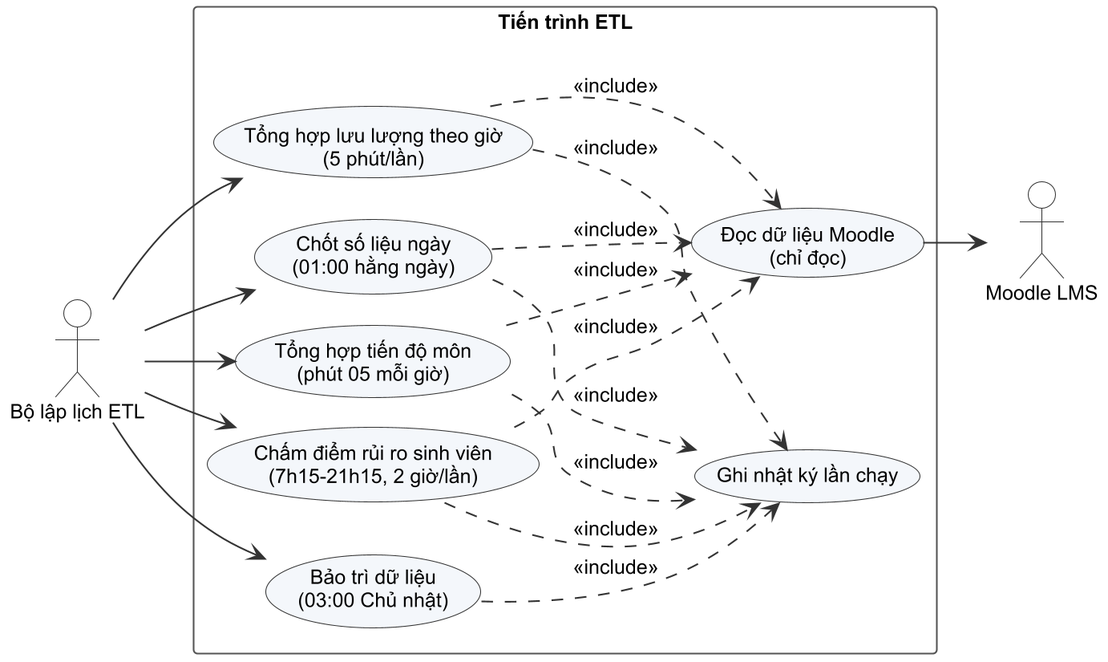
The PlantUML diagram docs/diagrams/png/uc_etl.png in ThangThieng/Do_an_chuyen_nganh, before a commit. Its diagram source:
```plantuml
@startuml uc_etl
!include _style.iuml
left to right direction
actor "Bộ lập lịch ETL" as LL
actor "Moodle LMS" as MD
rectangle "Tiến trình ETL" {
  usecase "Tổng hợp lưu lượng theo giờ\n(5 phút/lần)" as J1
  usecase "Tổng hợp tiến độ môn\n(phút 05 mỗi giờ)" as J2
  usecase "Chấm điểm rủi ro sinh viên\n(7h15-21h15, 2 giờ/lần)" as J3
  usecase "Chốt số liệu ngày\n(01:00 hằng ngày)" as J4
  usecase "Bảo trì dữ liệu\n(03:00 Chủ nhật)" as J5
  usecase "Ghi nhật ký lần chạy" as LOG
  usecase "Đọc dữ liệu Moodle\n(chỉ đọc)" as RD
}
LL --> J1
LL --> J2
LL --> J3
LL --> J4
LL --> J5
J1 ..> LOG : <<include>>
J2 ..> LOG : <<include>>
J3 ..> LOG : <<include>>
J4 ..> LOG : <<include>>
J5 ..> LOG : <<include>>
J1 ..> RD : <<include>>
J2 ..> RD : <<include>>
J3 ..> RD : <<include>>
J4 ..> RD : <<include>>
RD --> MD
@enduml
```
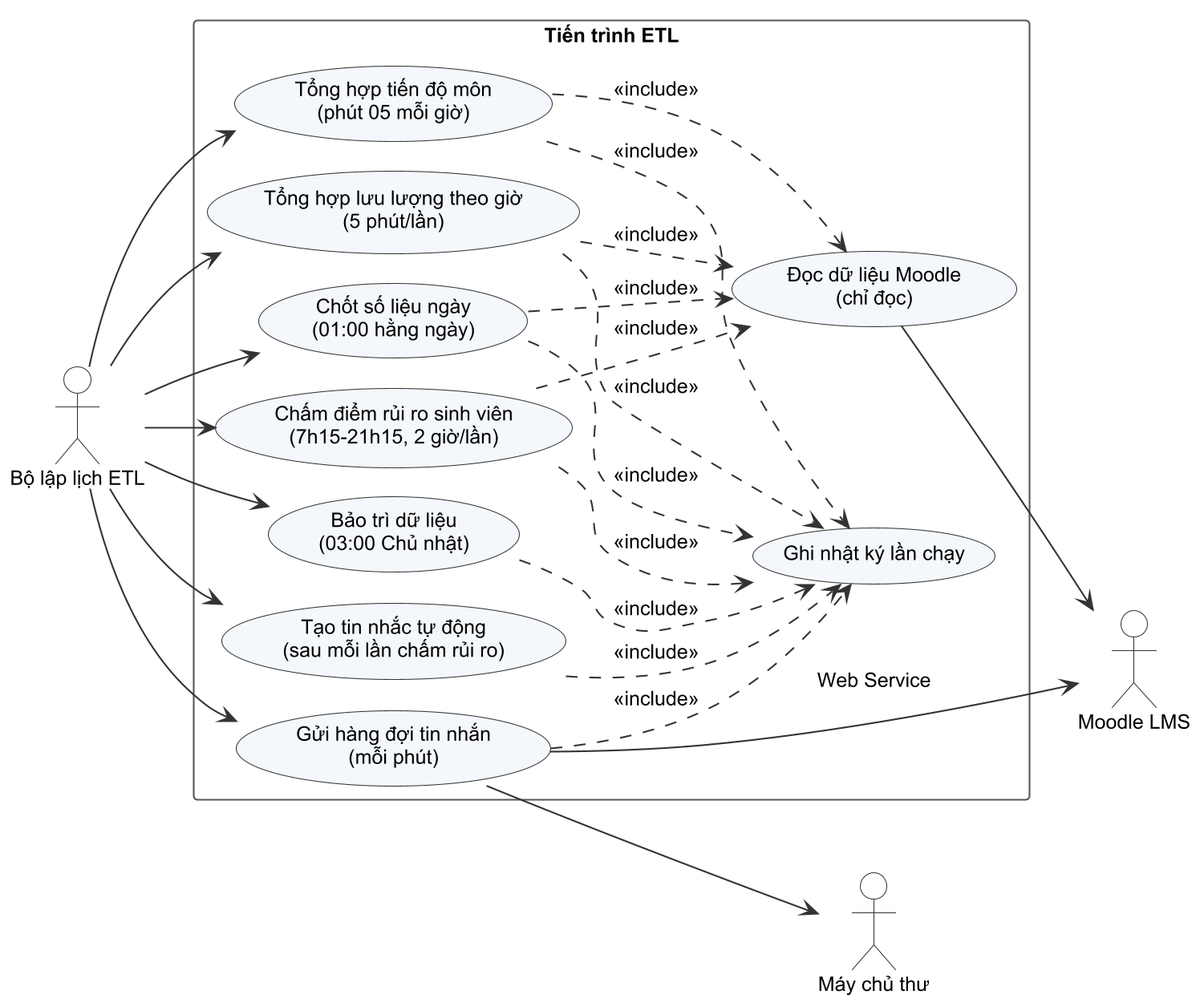
After the commit.

The edit, as a diff of the source:
```diff
@@ -3,12 +3,15 @@
 left to right direction
 actor "Bộ lập lịch ETL" as LL
 actor "Moodle LMS" as MD
+actor "Máy chủ thư" as SMTP
 rectangle "Tiến trình ETL" {
   usecase "Tổng hợp lưu lượng theo giờ\n(5 phút/lần)" as J1
   usecase "Tổng hợp tiến độ môn\n(phút 05 mỗi giờ)" as J2
   usecase "Chấm điểm rủi ro sinh viên\n(7h15-21h15, 2 giờ/lần)" as J3
   usecase "Chốt số liệu ngày\n(01:00 hằng ngày)" as J4
   usecase "Bảo trì dữ liệu\n(03:00 Chủ nhật)" as J5
+  usecase "Tạo tin nhắc tự động\n(sau mỗi lần chấm rủi ro)" as J6
+  usecase "Gửi hàng đợi tin nhắn\n(mỗi phút)" as J7
   usecase "Ghi nhật ký lần chạy" as LOG
   usecase "Đọc dữ liệu Moodle\n(chỉ đọc)" as RD
 }
@@ -17,14 +20,20 @@
 LL --> J3
 LL --> J4
 LL --> J5
+LL --> J6
+LL --> J7
 J1 ..> LOG : <<include>>
 J2 ..> LOG : <<include>>
 J3 ..> LOG : <<include>>
 J4 ..> LOG : <<include>>
 J5 ..> LOG : <<include>>
+J6 ..> LOG : <<include>>
+J7 ..> LOG : <<include>>
 J1 ..> RD : <<include>>
 J2 ..> RD : <<include>>
 J3 ..> RD : <<include>>
 J4 ..> RD : <<include>>
 RD --> MD
+J7 --> MD : Web Service
+J7 --> SMTP
 @enduml
```
